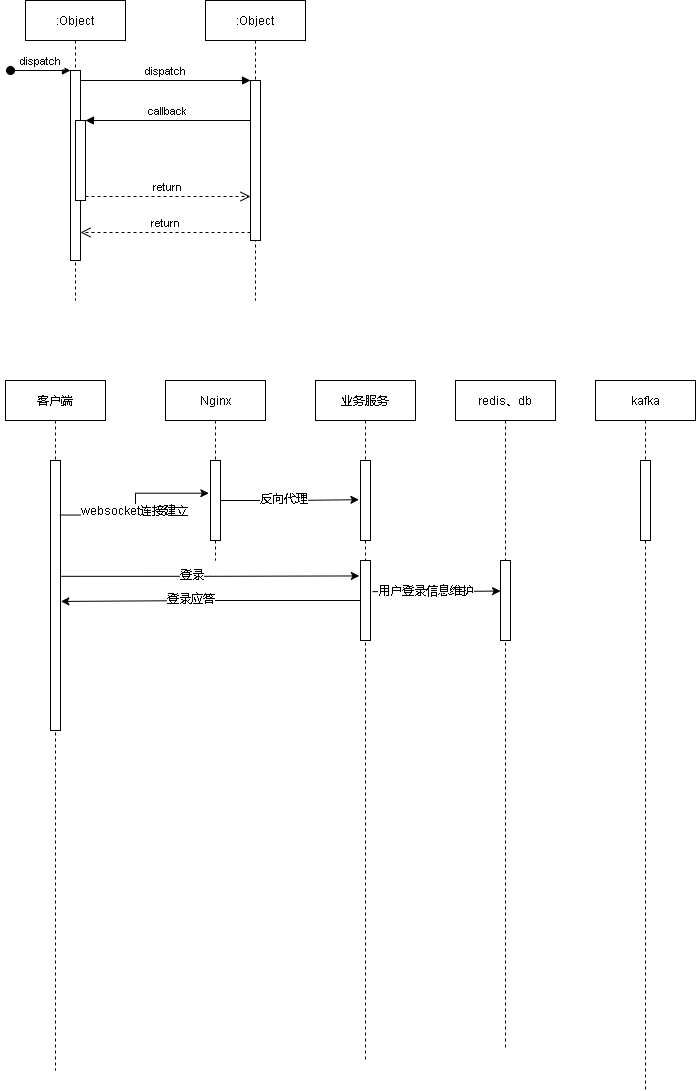
Earlier version of the draw.io export cgopro关键业务.drawio.png (xktder/draw). Source tidied: cells renumbered, new cells last; positions are measured from the earlier drawing's top-left corner, leaving out a move shared by most shapes. Source of this version:
```xml
<mxGraphModel>
  <root>
    <mxCell id="0" />
    <mxCell id="1" parent="0" />
    <mxCell id="2" value=":Object" style="shape=umlLifeline;perimeter=lifelinePerimeter;rounded=0;shadow=0;strokeWidth=1;" parent="1" vertex="1">
      <mxGeometry x="20" width="100" height="300" as="geometry" />
    </mxCell>
    <mxCell id="3" style="points=[];perimeter=orthogonalPerimeter;rounded=0;shadow=0;strokeWidth=1;" parent="2" vertex="1">
      <mxGeometry x="45" y="70" width="10" height="190" as="geometry" />
    </mxCell>
    <mxCell id="4" value="dispatch" style="verticalAlign=bottom;startArrow=oval;endArrow=block;startSize=8;shadow=0;strokeWidth=1;" parent="2" edge="1" target="3">
      <mxGeometry relative="1" as="geometry">
        <mxPoint x="-15" y="70" as="sourcePoint" />
      </mxGeometry>
    </mxCell>
    <mxCell id="5" style="points=[];perimeter=orthogonalPerimeter;rounded=0;shadow=0;strokeWidth=1;" parent="2" vertex="1">
      <mxGeometry x="50" y="120" width="10" height="80" as="geometry" />
    </mxCell>
    <mxCell id="6" value=":Object" style="shape=umlLifeline;perimeter=lifelinePerimeter;rounded=0;shadow=0;strokeWidth=1;" parent="1" vertex="1">
      <mxGeometry x="200" width="100" height="300" as="geometry" />
    </mxCell>
    <mxCell id="7" style="points=[];perimeter=orthogonalPerimeter;rounded=0;shadow=0;strokeWidth=1;" parent="6" vertex="1">
      <mxGeometry x="45" y="80" width="10" height="160" as="geometry" />
    </mxCell>
    <mxCell id="8" value="return" style="verticalAlign=bottom;endArrow=open;dashed=1;endSize=8;exitX=0;exitY=0.95;shadow=0;strokeWidth=1;" parent="1" edge="1" source="7" target="3">
      <mxGeometry relative="1" as="geometry" />
    </mxCell>
    <mxCell id="9" value="dispatch" style="verticalAlign=bottom;endArrow=block;entryX=0;entryY=0;shadow=0;strokeWidth=1;" parent="1" edge="1" source="3" target="7">
      <mxGeometry relative="1" as="geometry" />
    </mxCell>
    <mxCell id="10" value="callback" style="verticalAlign=bottom;endArrow=block;entryX=1;entryY=0;shadow=0;strokeWidth=1;" parent="1" edge="1" source="7" target="5">
      <mxGeometry relative="1" as="geometry" />
    </mxCell>
    <mxCell id="11" value="return" style="verticalAlign=bottom;endArrow=open;dashed=1;endSize=8;exitX=1;exitY=0.95;shadow=0;strokeWidth=1;" parent="1" edge="1" source="5" target="7">
      <mxGeometry relative="1" as="geometry" />
    </mxCell>
    <mxCell id="12" value="客户端" style="shape=umlLifeline;perimeter=lifelinePerimeter;rounded=0;shadow=0;strokeWidth=1;" parent="1" vertex="1">
      <mxGeometry y="380" width="100" height="690" as="geometry" />
    </mxCell>
    <mxCell id="13" style="points=[];perimeter=orthogonalPerimeter;rounded=0;shadow=0;strokeWidth=1;" parent="12" vertex="1">
      <mxGeometry x="45" y="80" width="10" height="270" as="geometry" />
    </mxCell>
    <mxCell id="14" value="Nginx" style="shape=umlLifeline;perimeter=lifelinePerimeter;rounded=0;shadow=0;strokeWidth=1;" parent="1" vertex="1">
      <mxGeometry x="160" y="380" width="100" height="180" as="geometry" />
    </mxCell>
    <mxCell id="15" style="points=[];perimeter=orthogonalPerimeter;rounded=0;shadow=0;strokeWidth=1;" parent="14" vertex="1">
      <mxGeometry x="45" y="80" width="10" height="80" as="geometry" />
    </mxCell>
    <mxCell id="16" value="业务服务" style="shape=umlLifeline;perimeter=lifelinePerimeter;rounded=0;shadow=0;strokeWidth=1;" parent="1" vertex="1">
      <mxGeometry x="310" y="380" width="100" height="680" as="geometry" />
    </mxCell>
    <mxCell id="17" style="points=[];perimeter=orthogonalPerimeter;rounded=0;shadow=0;strokeWidth=1;" parent="16" vertex="1">
      <mxGeometry x="45" y="80" width="10" height="80" as="geometry" />
    </mxCell>
    <mxCell id="18" style="points=[];perimeter=orthogonalPerimeter;rounded=0;shadow=0;strokeWidth=1;" parent="16" vertex="1">
      <mxGeometry x="45" y="180" width="10" height="80" as="geometry" />
    </mxCell>
    <mxCell id="19" value="redis、db" style="shape=umlLifeline;perimeter=lifelinePerimeter;rounded=0;shadow=0;strokeWidth=1;" parent="1" vertex="1">
      <mxGeometry x="450" y="380" width="100" height="670" as="geometry" />
    </mxCell>
    <mxCell id="20" style="points=[];perimeter=orthogonalPerimeter;rounded=0;shadow=0;strokeWidth=1;" parent="19" vertex="1">
      <mxGeometry x="45" y="180" width="10" height="80" as="geometry" />
    </mxCell>
    <mxCell id="21" value="kafka" style="shape=umlLifeline;perimeter=lifelinePerimeter;rounded=0;shadow=0;strokeWidth=1;" parent="1" vertex="1">
      <mxGeometry x="590" y="380" width="100" height="710" as="geometry" />
    </mxCell>
    <mxCell id="22" style="perimeter=orthogonalPerimeter;rounded=0;shadow=0;strokeWidth=1;" parent="21" vertex="1">
      <mxGeometry x="45" y="80" width="10" height="80" as="geometry" />
    </mxCell>
    <mxCell id="23" style="edgeStyle=orthogonalEdgeStyle;rounded=0;jettySize=auto;html=1;entryX=-0.167;entryY=0.409;entryDx=0;entryDy=0;entryPerimeter=0;exitX=0.938;exitY=0.202;exitDx=0;exitDy=0;exitPerimeter=0;" parent="1" edge="1" source="13" target="15">
      <mxGeometry relative="1" as="geometry" />
    </mxCell>
    <mxCell id="24" value="websocket连接建立" style="edgeLabel;html=1;align=center;verticalAlign=middle;" parent="23" vertex="1">
      <mxGeometry x="-0.07" y="1" relative="1" as="geometry" />
    </mxCell>
    <mxCell id="25" style="edgeStyle=orthogonalEdgeStyle;rounded=0;jettySize=auto;html=1;entryX=-0.157;entryY=0.49;entryDx=0;entryDy=0;entryPerimeter=0;" parent="1" edge="1" source="15" target="17">
      <mxGeometry relative="1" as="geometry" />
    </mxCell>
    <mxCell id="26" value="反向代理" style="edgeLabel;html=1;align=center;verticalAlign=middle;" parent="25" vertex="1">
      <mxGeometry x="-0.1" y="1" relative="1" as="geometry" />
    </mxCell>
    <mxCell id="27" style="edgeStyle=orthogonalEdgeStyle;rounded=0;jettySize=auto;html=1;entryX=-0.114;entryY=0.193;entryDx=0;entryDy=0;entryPerimeter=0;exitX=1.08;exitY=0.429;exitDx=0;exitDy=0;exitPerimeter=0;" parent="1" edge="1" source="13" target="18">
      <mxGeometry relative="1" as="geometry" />
    </mxCell>
    <mxCell id="28" value="登录" style="edgeLabel;html=1;align=center;verticalAlign=middle;" parent="27" vertex="1">
      <mxGeometry x="-0.13" y="1" relative="1" as="geometry" />
    </mxCell>
    <mxCell id="29" style="edgeStyle=orthogonalEdgeStyle;rounded=0;jettySize=auto;html=1;entryX=1.034;entryY=0.522;entryDx=0;entryDy=0;entryPerimeter=0;" parent="1" edge="1" source="18" target="13">
      <mxGeometry relative="1" as="geometry" />
    </mxCell>
    <mxCell id="30" value="登录应答" style="edgeLabel;html=1;align=center;verticalAlign=middle;" parent="29" vertex="1">
      <mxGeometry x="0.14" y="-2" relative="1" as="geometry" />
    </mxCell>
    <mxCell id="31" style="edgeStyle=orthogonalEdgeStyle;rounded=0;jettySize=auto;html=1;entryX=0.007;entryY=0.382;entryDx=0;entryDy=0;entryPerimeter=0;exitX=1.207;exitY=0.389;exitDx=0;exitDy=0;exitPerimeter=0;" parent="1" edge="1" source="18" target="20">
      <mxGeometry relative="1" as="geometry" />
    </mxCell>
    <mxCell id="32" value="用户登录信息维护" style="edgeLabel;html=1;align=center;verticalAlign=middle;" parent="31" vertex="1">
      <mxGeometry x="-0.17" relative="1" as="geometry" />
    </mxCell>
  </root>
</mxGraphModel>
```
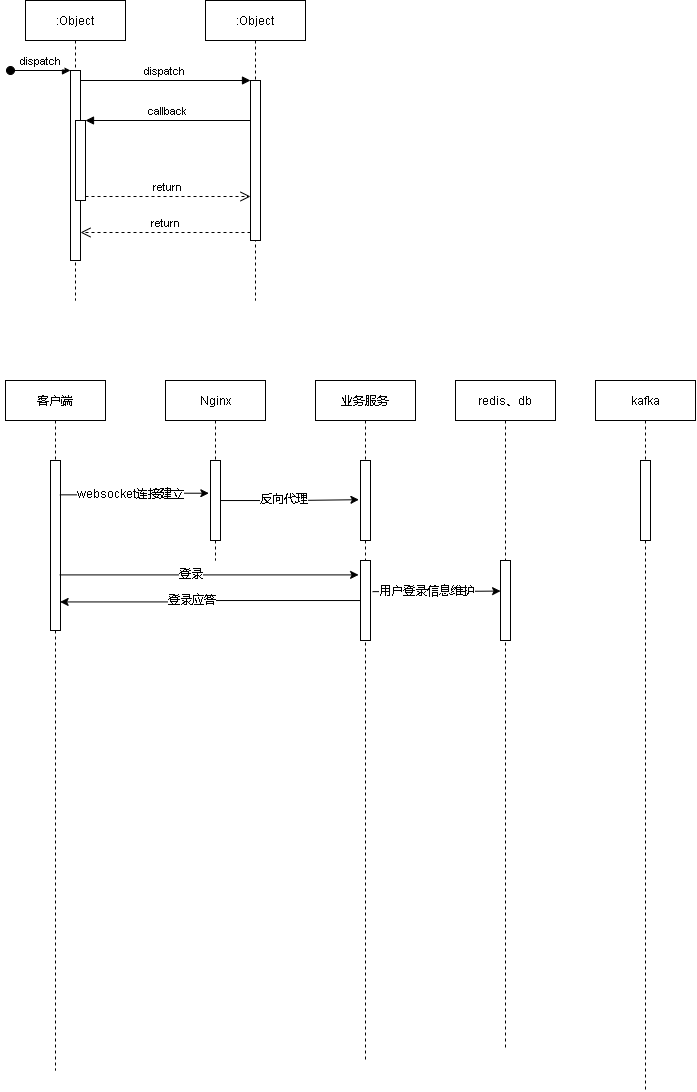
Above is the later version.

Commit message:
更新cgopro关键业务.drawio.png

Change to the diagram source:
```diff
@@ -38,7 +38,7 @@
       <mxGeometry y="380" width="100" height="690" as="geometry" />
     </mxCell>
     <mxCell id="13" style="points=[];perimeter=orthogonalPerimeter;rounded=0;shadow=0;strokeWidth=1;" parent="12" vertex="1">
-      <mxGeometry x="45" y="80" width="10" height="270" as="geometry" />
+      <mxGeometry x="45" y="80" width="10" height="170" as="geometry" />
     </mxCell>
     <mxCell id="14" value="Nginx" style="shape=umlLifeline;perimeter=lifelinePerimeter;rounded=0;shadow=0;strokeWidth=1;" parent="1" vertex="1">
       <mxGeometry x="160" y="380" width="100" height="180" as="geometry" />
@@ -79,13 +79,13 @@
     <mxCell id="26" value="反向代理" style="edgeLabel;html=1;align=center;verticalAlign=middle;" parent="25" vertex="1">
       <mxGeometry x="-0.1" y="1" relative="1" as="geometry" />
     </mxCell>
-    <mxCell id="27" style="edgeStyle=orthogonalEdgeStyle;rounded=0;jettySize=auto;html=1;entryX=-0.114;entryY=0.193;entryDx=0;entryDy=0;entryPerimeter=0;exitX=1.08;exitY=0.429;exitDx=0;exitDy=0;exitPerimeter=0;" parent="1" edge="1" source="13" target="18">
+    <mxCell id="27" style="edgeStyle=orthogonalEdgeStyle;rounded=0;jettySize=auto;html=1;entryX=-0.19;entryY=0.18;entryDx=0;entryDy=0;entryPerimeter=0;exitX=0.907;exitY=0.673;exitDx=0;exitDy=0;exitPerimeter=0;" parent="1" edge="1" source="13" target="18">
       <mxGeometry relative="1" as="geometry" />
     </mxCell>
     <mxCell id="28" value="登录" style="edgeLabel;html=1;align=center;verticalAlign=middle;" parent="27" vertex="1">
       <mxGeometry x="-0.13" y="1" relative="1" as="geometry" />
     </mxCell>
-    <mxCell id="29" style="edgeStyle=orthogonalEdgeStyle;rounded=0;jettySize=auto;html=1;entryX=1.034;entryY=0.522;entryDx=0;entryDy=0;entryPerimeter=0;" parent="1" edge="1" source="18" target="13">
+    <mxCell id="29" style="edgeStyle=orthogonalEdgeStyle;rounded=0;jettySize=auto;html=1;entryX=0.962;entryY=0.832;entryDx=0;entryDy=0;entryPerimeter=0;" parent="1" edge="1" source="18" target="13">
       <mxGeometry relative="1" as="geometry" />
     </mxCell>
     <mxCell id="30" value="登录应答" style="edgeLabel;html=1;align=center;verticalAlign=middle;" parent="29" vertex="1">
```
